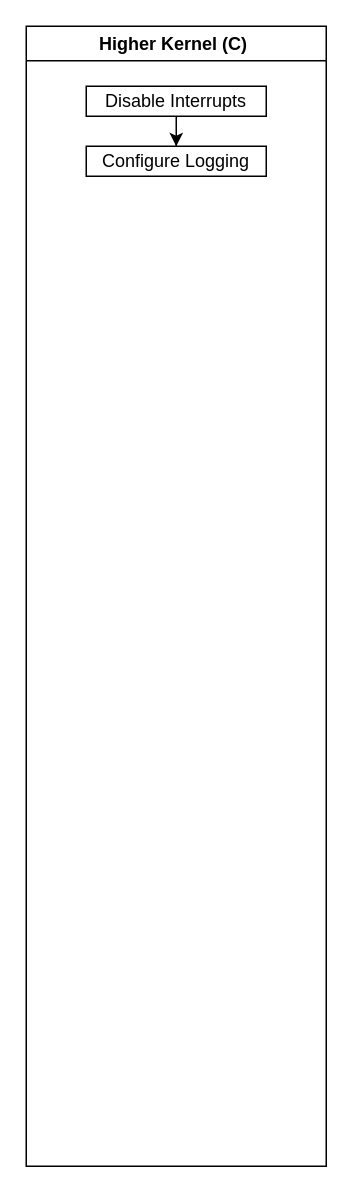
The draw.io diagram page "C Kernel" (2 of 3) of naOS.drawio in noaether/naOS, before the edit. Source tidied: cells renumbered, new cells numbered last; positions are measured from the earlier drawing's top-left corner, leaving out a move shared by most shapes. Both pictures are drawn from the tidied source at 150%, with x=0, y=0 at pixel (26, 26).
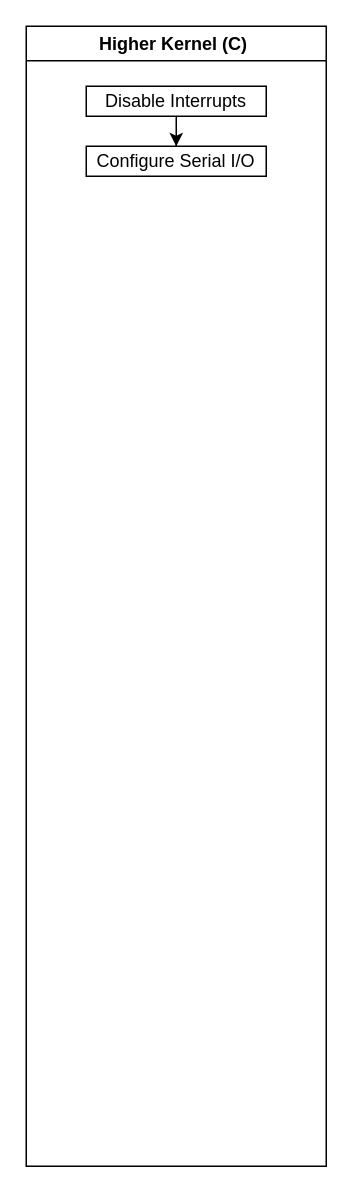
Above is the later version.

Change to the diagram source:
```diff
@@
 <mxGraphModel>
   <root>
     <mxCell id="0" />
     <mxCell id="1" parent="0" />
     <mxCell id="2" value="Higher Kernel (C)&amp;nbsp;" style="swimlane;whiteSpace=wrap;html=1;" parent="1" vertex="1">
       <mxGeometry width="200" height="760" as="geometry" />
     </mxCell>
     <mxCell id="3" style="edgeStyle=orthogonalEdgeStyle;rounded=0;jettySize=auto;html=1;entryX=0.5;entryY=0;entryDx=0;entryDy=0;" parent="2" edge="1" source="4" target="5">
       <mxGeometry relative="1" as="geometry" />
     </mxCell>
     <mxCell id="4" value="Disable Interrupts" style="rounded=0;whiteSpace=wrap;html=1;" parent="2" vertex="1">
       <mxGeometry x="40" y="40" width="120" height="20" as="geometry" />
     </mxCell>
-    <mxCell id="5" value="Configure Logging" style="rounded=0;whiteSpace=wrap;html=1;" parent="2" vertex="1">
+    <mxCell id="5" value="Configure Serial I/O" style="rounded=0;whiteSpace=wrap;html=1;" parent="2" vertex="1">
       <mxGeometry x="40" y="80" width="120" height="20" as="geometry" />
     </mxCell>
   </root>
 </mxGraphModel>
```
